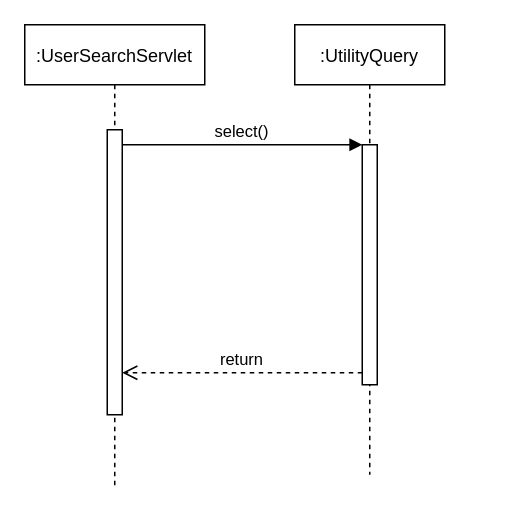
Above: diagrams/UtilityQuerySelectBeanSequence.drawio in empty-works/plain-emrs-no-fw (draw.io), before the change. Source tidied: cells renumbered, new cells numbered last; positions are measured from the earlier drawing's top-left corner, leaving out a move shared by most shapes. Both pictures are drawn from the tidied source at 150%, with x=0, y=0 at pixel (24, 24).
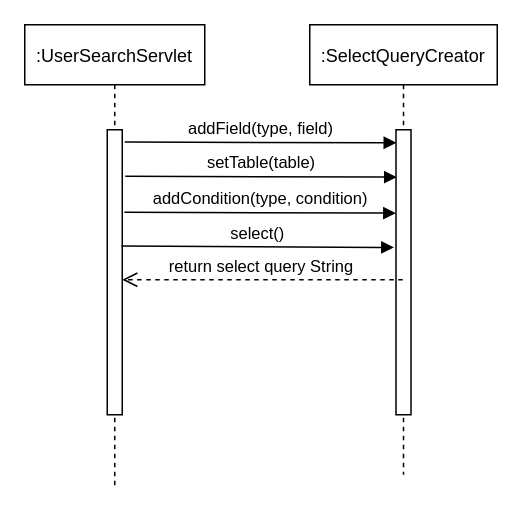
The same page after the edit.

Commit message:
UtilityQuerySelectBeanSequence now broke down the query utility to a select query creator class.

Diff of the diagram source:
```diff
@@
 <mxGraphModel>
   <root>
     <mxCell id="0" />
     <mxCell id="1" parent="0" />
     <mxCell id="2" value=":UserSearchServlet" style="shape=umlLifeline;perimeter=lifelinePerimeter;rounded=0;shadow=0;strokeWidth=1;" parent="1" vertex="1">
       <mxGeometry width="120" height="310" as="geometry" />
     </mxCell>
     <mxCell id="3" style="points=[];perimeter=orthogonalPerimeter;rounded=0;shadow=0;strokeWidth=1;" parent="2" vertex="1">
       <mxGeometry x="55" y="70" width="10" height="190" as="geometry" />
     </mxCell>
-    <mxCell id="4" value=":UtilityQuery" style="shape=umlLifeline;perimeter=lifelinePerimeter;rounded=0;shadow=0;strokeWidth=1;" parent="1" vertex="1">
-      <mxGeometry x="180" width="100" height="300" as="geometry" />
+    <mxCell id="4" value=":SelectQueryCreator" style="shape=umlLifeline;perimeter=lifelinePerimeter;rounded=0;shadow=0;strokeWidth=1;" parent="1" vertex="1">
+      <mxGeometry x="190" width="125" height="300" as="geometry" />
     </mxCell>
     <mxCell id="5" style="points=[];perimeter=orthogonalPerimeter;rounded=0;shadow=0;strokeWidth=1;" parent="4" vertex="1">
-      <mxGeometry x="45" y="80" width="10" height="160" as="geometry" />
+      <mxGeometry x="57.5" y="70" width="10" height="190" as="geometry" />
     </mxCell>
+    <mxCell id="8" value="addCondition(type, condition)" style="verticalAlign=bottom;endArrow=block;shadow=0;strokeWidth=1;exitX=1.164;exitY=0.043;exitDx=0;exitDy=0;exitPerimeter=0;entryX=0.028;entryY=0.046;entryDx=0;entryDy=0;entryPerimeter=0;" parent="4" edge="1">
+      <mxGeometry relative="1" as="geometry">
+        <mxPoint x="-123.6" y="125" as="sourcePoint" />
+        <mxPoint x="57.5" y="125.6" as="targetPoint" />
+      </mxGeometry>
+    </mxCell>
-    <mxCell id="6" value="return" style="verticalAlign=bottom;endArrow=open;dashed=1;endSize=8;exitX=0;exitY=0.95;shadow=0;strokeWidth=1;" parent="1" edge="1" source="5" target="3">
-      <mxGeometry relative="1" as="geometry" />
+    <mxCell id="6" value="return select query String" style="verticalAlign=bottom;endArrow=open;dashed=1;endSize=8;shadow=0;strokeWidth=1;" parent="1" edge="1" source="4" target="3">
+      <mxGeometry relative="1" as="geometry">
+        <Array as="points">
+          <mxPoint x="70" y="170" />
+        </Array>
+      </mxGeometry>
     </mxCell>
-    <mxCell id="7" value="select()" style="verticalAlign=bottom;endArrow=block;entryX=0;entryY=0;shadow=0;strokeWidth=1;" parent="1" edge="1" source="3" target="5">
+    <mxCell id="7" value="select()" style="verticalAlign=bottom;endArrow=block;shadow=0;strokeWidth=1;exitX=0.952;exitY=0.408;exitDx=0;exitDy=0;exitPerimeter=0;entryX=-0.131;entryY=0.413;entryDx=0;entryDy=0;entryPerimeter=0;" parent="1" edge="1" source="3" target="5">
       <mxGeometry relative="1" as="geometry" />
     </mxCell>
+    <mxCell id="9" value="addField(type, field)" style="verticalAlign=bottom;endArrow=block;shadow=0;strokeWidth=1;exitX=1.164;exitY=0.043;exitDx=0;exitDy=0;exitPerimeter=0;entryX=0.028;entryY=0.046;entryDx=0;entryDy=0;entryPerimeter=0;" parent="1" edge="1" source="3" target="5">
+      <mxGeometry relative="1" as="geometry" />
+    </mxCell>
+    <mxCell id="10" value="setTable(table)" style="verticalAlign=bottom;endArrow=block;shadow=0;strokeWidth=1;exitX=1.164;exitY=0.043;exitDx=0;exitDy=0;exitPerimeter=0;entryX=0.028;entryY=0.046;entryDx=0;entryDy=0;entryPerimeter=0;" parent="1" edge="1">
+      <mxGeometry relative="1" as="geometry">
+        <mxPoint x="67" y="101" as="sourcePoint" />
+        <mxPoint x="248.1" y="101.6" as="targetPoint" />
+      </mxGeometry>
+    </mxCell>
   </root>
 </mxGraphModel>
```
